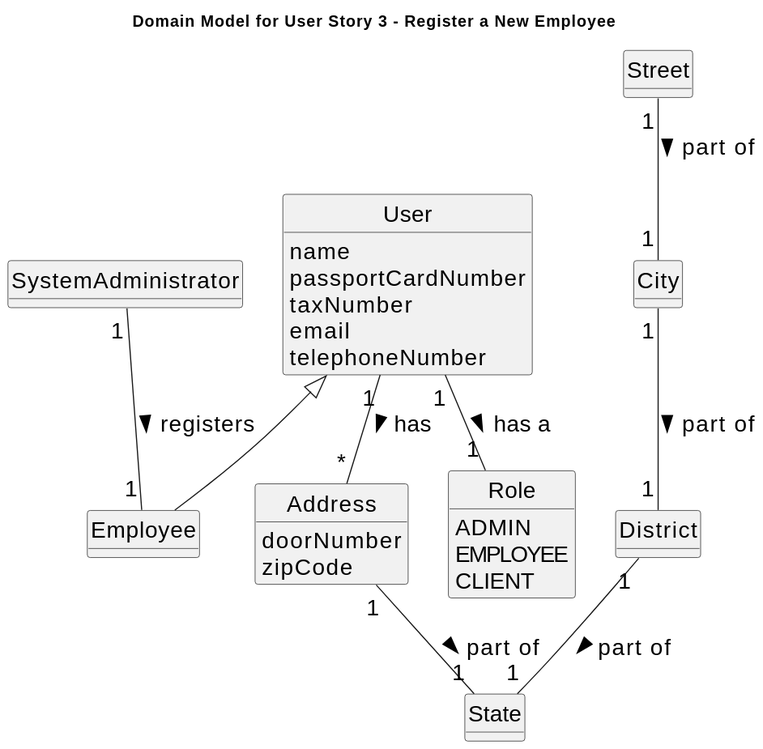
This is docs/sprintB/us003/02.analysis/svg/us003-domain-model.svg from Goncalves2525/real-estate-management-system, a PlantUML export, as it was before one commit.
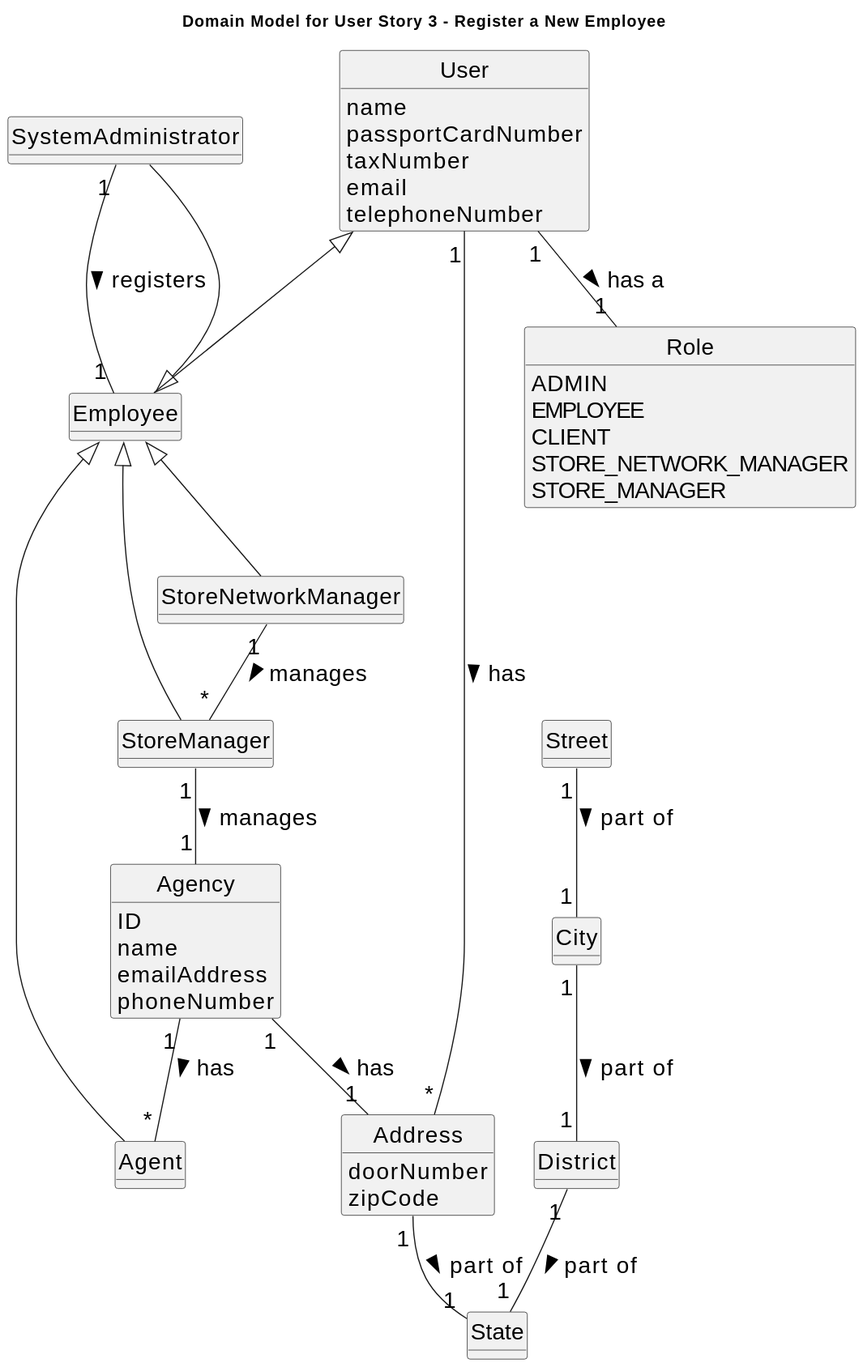
After the change.

Change to the diagram source:
```diff
@@ -15,7 +15,23 @@
 
 title Domain Model for User Story 3 - Register a New Employee
 
-class SystemAdministrator {
+class SystemAdministrator extends Employee{
+}
+
+class StoreManager extends Employee{
+}
+
+class StoreNetworkManager extends Employee{
+}
+
+class Agent extends Employee{
+}
+
+class Agency{
+    ID
+    name
+    emailAddress
+    phoneNumber
 }
 
 class User {
@@ -50,6 +66,8 @@
     ADMIN
     EMPLOYEE
     CLIENT
+    STORE_NETWORK_MANAGER
+    STORE_MANAGER
 }
 
 SystemAdministrator "1" -- "1" Employee: registers >
@@ -59,4 +77,8 @@
 Street "1" -- "1" City: part of >
 City "1" -- "1" District: part of >
 District "1" -- "1" State: part of >
+Agency "1" -- "1" Address: has >
+StoreNetworkManager "1" -- "*" StoreManager: manages >
+StoreManager "1" -- "1" Agency: manages >
+Agency "1" -- "*" Agent: has >
 @enduml
```
